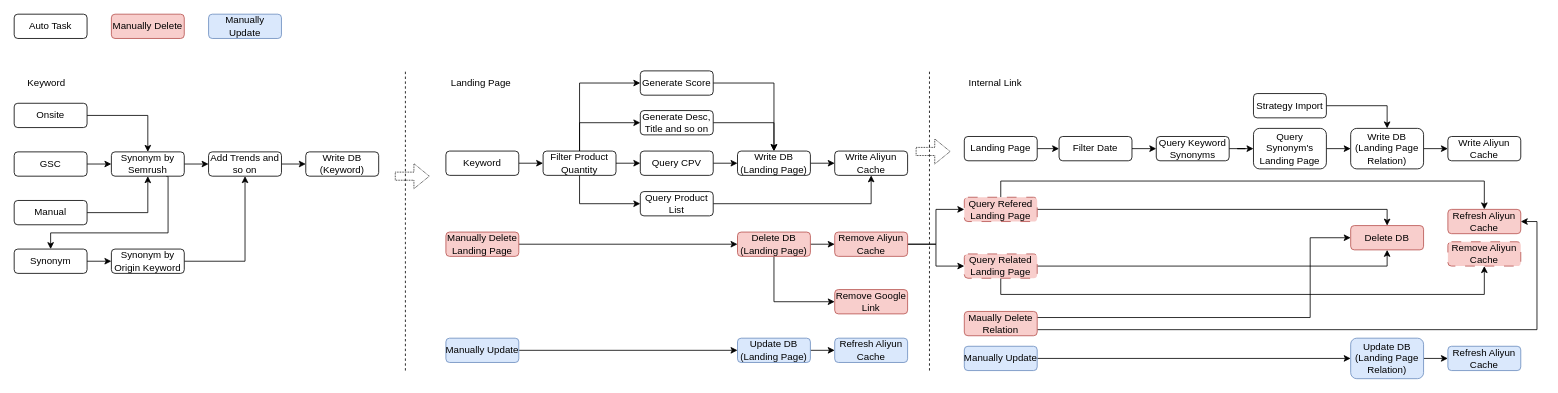
Before: drawio/internal_link.drawio in VisableHarry/seo-drawio, a draw.io diagram. Source tidied: cells renumbered, new cells numbered last; positions are measured from the earlier drawing's top-left corner, leaving out a move shared by most shapes. Both pictures are drawn from the tidied source at 81%, with x=0, y=0 at pixel (14, 14).
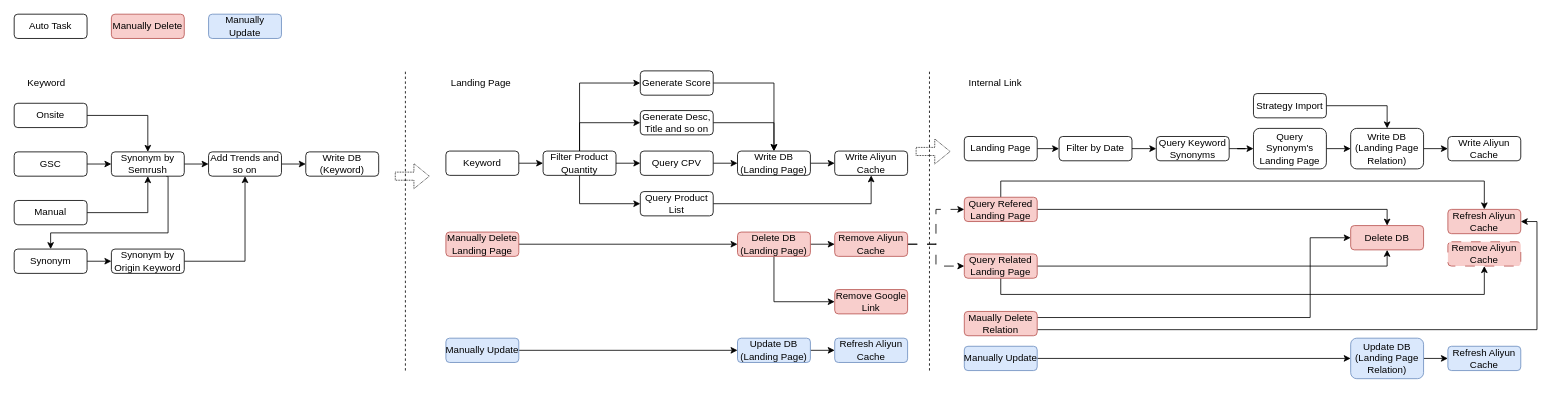
Above is the later version.

The change refers to these unchanged cells:
```xml
<mxCell id="59" value="Remove Aliyun Cache" style="rounded=1;whiteSpace=wrap;html=1;fillColor=#f8cecc;strokeColor=#b85450;" parent="1" vertex="1">
  <mxGeometry x="1013" y="269" width="90" height="30" as="geometry" />
</mxCell>
```

The edit, as a diff of the source:
```diff
@@
-    <mxCell id="44" value="Filter Date" style="rounded=1;whiteSpace=wrap;html=1;" parent="1" vertex="1">
+    <mxCell id="44" value="Filter by Date" style="rounded=1;whiteSpace=wrap;html=1;" parent="1" vertex="1">
       <mxGeometry x="1290" y="151" width="90" height="30" as="geometry" />
     </mxCell>
@@
-    <mxCell id="57" style="edgeStyle=orthogonalEdgeStyle;rounded=0;jettySize=auto;html=1;exitX=1;exitY=0.5;exitDx=0;exitDy=0;entryX=0;entryY=0.5;entryDx=0;entryDy=0;" parent="1" edge="1" source="59" target="62">
+    <mxCell id="57" style="edgeStyle=orthogonalEdgeStyle;rounded=0;jettySize=auto;html=1;exitX=1;exitY=0.5;exitDx=0;exitDy=0;entryX=0;entryY=0.5;entryDx=0;entryDy=0;dashed=1;dashPattern=12 12;" parent="1" edge="1" source="59" target="62">
       <mxGeometry relative="1" as="geometry" />
     </mxCell>
-    <mxCell id="58" style="edgeStyle=orthogonalEdgeStyle;rounded=0;jettySize=auto;html=1;exitX=1;exitY=0.5;exitDx=0;exitDy=0;entryX=0;entryY=0.5;entryDx=0;entryDy=0;" parent="1" edge="1" source="59" target="67">
+    <mxCell id="58" style="edgeStyle=orthogonalEdgeStyle;rounded=0;jettySize=auto;html=1;exitX=1;exitY=0.5;exitDx=0;exitDy=0;entryX=0;entryY=0.5;entryDx=0;entryDy=0;dashed=1;dashPattern=12 12;" parent="1" edge="1" source="59" target="67">
       <mxGeometry relative="1" as="geometry" />
     </mxCell>
@@
-    <mxCell id="62" value="Query Refered Landing Page" style="rounded=1;whiteSpace=wrap;html=1;fillColor=#f8cecc;strokeColor=#b85450;dashed=1;dashPattern=12 12;" parent="1" vertex="1">
+    <mxCell id="62" value="Query Refered Landing Page" style="rounded=1;whiteSpace=wrap;html=1;fillColor=#f8cecc;strokeColor=#b85450;" parent="1" vertex="1">
       <mxGeometry x="1173" y="226" width="90" height="30" as="geometry" />
     </mxCell>
@@
-    <mxCell id="67" value="Query Related Landing Page" style="rounded=1;whiteSpace=wrap;html=1;fillColor=#f8cecc;strokeColor=#b85450;dashed=1;dashPattern=12 12;" parent="1" vertex="1">
+    <mxCell id="67" value="Query Related Landing Page" style="rounded=1;whiteSpace=wrap;html=1;fillColor=#f8cecc;strokeColor=#b85450;" parent="1" vertex="1">
       <mxGeometry x="1173" y="296" width="90" height="30" as="geometry" />
     </mxCell>
```
